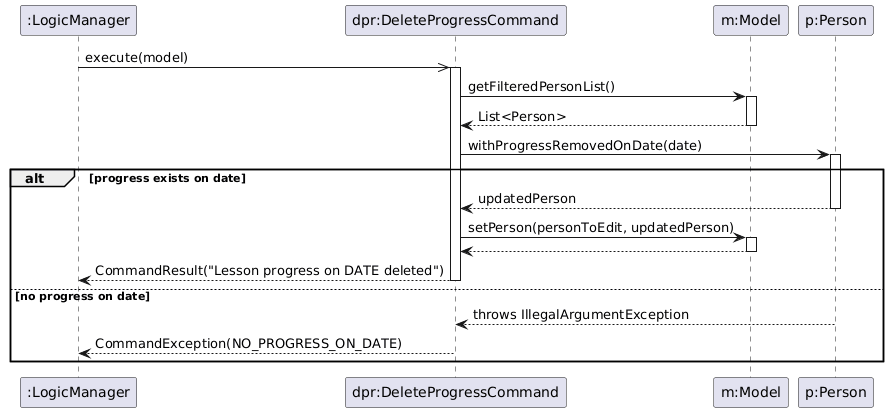
The PlantUML diagram docs/images/DeleteProgressSequenceDiagram.png in Cheeden/tp, before a commit. Source of this version:
```plantuml
@startuml
skinparam ArrowFontStyle plain

participant ":LogicManager" as L
participant "dpr:DeleteProgressCommand" as C
participant "m:Model" as M
participant "p:Person" as P

L ->> C: execute(model)
activate C

C -> M: getFilteredPersonList()
activate M
M --> C: List<Person>
deactivate M

C -> P: withProgressRemovedOnDate(date)
activate P

alt progress exists on date
  P --> C: updatedPerson
  deactivate P

  C -> M: setPerson(personToEdit, updatedPerson)
  activate M
  M --> C:
  deactivate M

  C --> L: CommandResult("Lesson progress on DATE deleted")
  deactivate C
else no progress on date
  P --> C: throws IllegalArgumentException
  deactivate P

  C --> L: CommandException(NO_PROGRESS_ON_DATE)
  deactivate C
end
@enduml
```
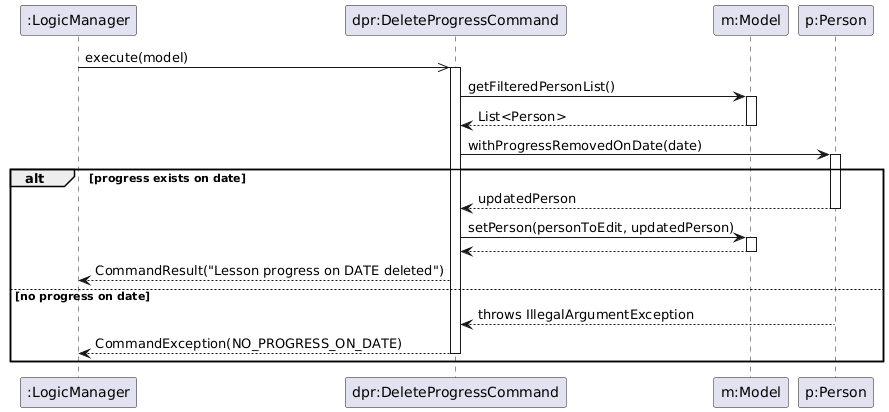
The same file after the commit.

Commit message:
Update UML diagrams and documentation

What changed in the source:
```diff
@@ -27,7 +27,7 @@
   deactivate M
 
   C --> L: CommandResult("Lesson progress on DATE deleted")
-  deactivate C
+
 else no progress on date
   P --> C: throws IllegalArgumentException
   deactivate P
```
